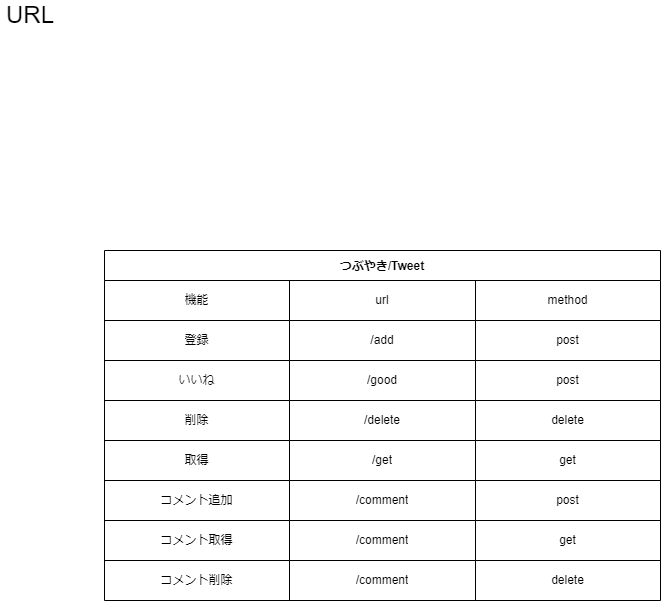
This is 設計/URL.drawio.png from junnichi-tajima/SNS_test, a draw.io export, as it was before one commit. Source tidied: cells renumbered, new cells last; positions are measured from the earlier drawing's top-left corner, leaving out a move shared by most shapes. Its diagram source:
```xml
<mxGraphModel>
  <root>
    <mxCell id="0" />
    <mxCell id="1" parent="0" />
    <mxCell id="2" value="つぶやき/Tweet" style="shape=table;startSize=30;fontStyle=1;align=center;" parent="1" vertex="1">
      <mxGeometry x="104" y="250" width="556" height="350" as="geometry" />
    </mxCell>
    <mxCell id="3" style="shape=partialRectangle;html=1;whiteSpace=wrap;fillColor=none;top=0;left=0;bottom=0;right=0;" parent="2" vertex="1">
      <mxGeometry y="30" width="556" height="40" as="geometry" />
    </mxCell>
    <mxCell id="4" value="機能" style="shape=partialRectangle;html=1;whiteSpace=wrap;fillColor=none;top=0;left=0;bottom=0;right=0;overflow=hidden;" parent="3" vertex="1">
      <mxGeometry width="185" height="40" as="geometry" />
    </mxCell>
    <mxCell id="5" value="url" style="shape=partialRectangle;html=1;whiteSpace=wrap;fillColor=none;top=0;left=0;bottom=0;right=0;overflow=hidden;" parent="3" vertex="1">
      <mxGeometry x="185" width="186" height="40" as="geometry" />
    </mxCell>
    <mxCell id="6" value="method" style="shape=partialRectangle;html=1;whiteSpace=wrap;fillColor=none;top=0;left=0;bottom=0;right=0;overflow=hidden;" parent="3" vertex="1">
      <mxGeometry x="371" width="185" height="40" as="geometry" />
    </mxCell>
    <mxCell id="7" style="shape=partialRectangle;html=1;whiteSpace=wrap;fillColor=none;top=0;left=0;bottom=0;right=0;" parent="2" vertex="1">
      <mxGeometry y="70" width="556" height="40" as="geometry" />
    </mxCell>
    <mxCell id="8" value="登録" style="shape=partialRectangle;html=1;whiteSpace=wrap;fillColor=none;top=0;left=0;bottom=0;right=0;overflow=hidden;" parent="7" vertex="1">
      <mxGeometry width="185" height="40" as="geometry" />
    </mxCell>
    <mxCell id="9" value="/add" style="shape=partialRectangle;html=1;whiteSpace=wrap;fillColor=none;top=0;left=0;bottom=0;right=0;overflow=hidden;" parent="7" vertex="1">
      <mxGeometry x="185" width="186" height="40" as="geometry" />
    </mxCell>
    <mxCell id="10" value="post" style="shape=partialRectangle;html=1;whiteSpace=wrap;fillColor=none;top=0;left=0;bottom=0;right=0;overflow=hidden;" parent="7" vertex="1">
      <mxGeometry x="371" width="185" height="40" as="geometry" />
    </mxCell>
    <mxCell id="11" style="shape=partialRectangle;html=1;whiteSpace=wrap;fillColor=none;top=0;left=0;bottom=0;right=0;" parent="2" vertex="1">
      <mxGeometry y="110" width="556" height="40" as="geometry" />
    </mxCell>
    <mxCell id="12" value="いいね" style="shape=partialRectangle;html=1;whiteSpace=wrap;fillColor=none;top=0;left=0;bottom=0;right=0;overflow=hidden;" parent="11" vertex="1">
      <mxGeometry width="185" height="40" as="geometry" />
    </mxCell>
    <mxCell id="13" value="/good" style="shape=partialRectangle;html=1;whiteSpace=wrap;fillColor=none;top=0;left=0;bottom=0;right=0;overflow=hidden;" parent="11" vertex="1">
      <mxGeometry x="185" width="186" height="40" as="geometry" />
    </mxCell>
    <mxCell id="14" value="post" style="shape=partialRectangle;html=1;whiteSpace=wrap;fillColor=none;top=0;left=0;bottom=0;right=0;overflow=hidden;" parent="11" vertex="1">
      <mxGeometry x="371" width="185" height="40" as="geometry" />
    </mxCell>
    <mxCell id="15" style="shape=partialRectangle;html=1;whiteSpace=wrap;fillColor=none;top=0;left=0;bottom=0;right=0;" parent="2" vertex="1">
      <mxGeometry y="150" width="556" height="40" as="geometry" />
    </mxCell>
    <mxCell id="16" value="削除" style="shape=partialRectangle;html=1;whiteSpace=wrap;fillColor=none;top=0;left=0;bottom=0;right=0;overflow=hidden;" parent="15" vertex="1">
      <mxGeometry width="185" height="40" as="geometry" />
    </mxCell>
    <mxCell id="17" value="/delete" style="shape=partialRectangle;html=1;whiteSpace=wrap;fillColor=none;top=0;left=0;bottom=0;right=0;overflow=hidden;" parent="15" vertex="1">
      <mxGeometry x="185" width="186" height="40" as="geometry" />
    </mxCell>
    <mxCell id="18" value="delete" style="shape=partialRectangle;html=1;whiteSpace=wrap;fillColor=none;top=0;left=0;bottom=0;right=0;overflow=hidden;" parent="15" vertex="1">
      <mxGeometry x="371" width="185" height="40" as="geometry" />
    </mxCell>
    <mxCell id="19" style="shape=partialRectangle;html=1;whiteSpace=wrap;fillColor=none;top=0;left=0;bottom=0;right=0;" parent="2" vertex="1">
      <mxGeometry y="190" width="556" height="40" as="geometry" />
    </mxCell>
    <mxCell id="20" value="取得" style="shape=partialRectangle;html=1;whiteSpace=wrap;fillColor=none;top=0;left=0;bottom=0;right=0;overflow=hidden;" parent="19" vertex="1">
      <mxGeometry width="185" height="40" as="geometry" />
    </mxCell>
    <mxCell id="21" value="/get" style="shape=partialRectangle;html=1;whiteSpace=wrap;fillColor=none;top=0;left=0;bottom=0;right=0;overflow=hidden;" parent="19" vertex="1">
      <mxGeometry x="185" width="186" height="40" as="geometry" />
    </mxCell>
    <mxCell id="22" value="get" style="shape=partialRectangle;html=1;whiteSpace=wrap;fillColor=none;top=0;left=0;bottom=0;right=0;overflow=hidden;" parent="19" vertex="1">
      <mxGeometry x="371" width="185" height="40" as="geometry" />
    </mxCell>
    <mxCell id="23" style="shape=partialRectangle;html=1;whiteSpace=wrap;fillColor=none;top=0;left=0;bottom=0;right=0;" parent="2" vertex="1">
      <mxGeometry y="230" width="556" height="40" as="geometry" />
    </mxCell>
    <mxCell id="24" value="コメント追加" style="shape=partialRectangle;html=1;whiteSpace=wrap;fillColor=none;top=0;left=0;bottom=0;right=0;overflow=hidden;" parent="23" vertex="1">
      <mxGeometry width="185" height="40" as="geometry" />
    </mxCell>
    <mxCell id="25" value="/comment" style="shape=partialRectangle;html=1;whiteSpace=wrap;fillColor=none;top=0;left=0;bottom=0;right=0;overflow=hidden;" parent="23" vertex="1">
      <mxGeometry x="185" width="186" height="40" as="geometry" />
    </mxCell>
    <mxCell id="26" value="post" style="shape=partialRectangle;html=1;whiteSpace=wrap;fillColor=none;top=0;left=0;bottom=0;right=0;overflow=hidden;" parent="23" vertex="1">
      <mxGeometry x="371" width="185" height="40" as="geometry" />
    </mxCell>
    <mxCell id="27" style="shape=partialRectangle;html=1;whiteSpace=wrap;fillColor=none;top=0;left=0;bottom=0;right=0;" parent="2" vertex="1">
      <mxGeometry y="270" width="556" height="40" as="geometry" />
    </mxCell>
    <mxCell id="28" value="コメント取得" style="shape=partialRectangle;html=1;whiteSpace=wrap;fillColor=none;top=0;left=0;bottom=0;right=0;overflow=hidden;" parent="27" vertex="1">
      <mxGeometry width="185" height="40" as="geometry" />
    </mxCell>
    <mxCell id="29" value="/comment" style="shape=partialRectangle;html=1;whiteSpace=wrap;fillColor=none;top=0;left=0;bottom=0;right=0;overflow=hidden;" parent="27" vertex="1">
      <mxGeometry x="185" width="186" height="40" as="geometry" />
    </mxCell>
    <mxCell id="30" value="get" style="shape=partialRectangle;html=1;whiteSpace=wrap;fillColor=none;top=0;left=0;bottom=0;right=0;overflow=hidden;" parent="27" vertex="1">
      <mxGeometry x="371" width="185" height="40" as="geometry" />
    </mxCell>
    <mxCell id="31" style="shape=partialRectangle;html=1;whiteSpace=wrap;fillColor=none;top=0;left=0;bottom=0;right=0;" parent="2" vertex="1">
      <mxGeometry y="310" width="556" height="40" as="geometry" />
    </mxCell>
    <mxCell id="32" value="コメント削除" style="shape=partialRectangle;html=1;whiteSpace=wrap;fillColor=none;top=0;left=0;bottom=0;right=0;overflow=hidden;" parent="31" vertex="1">
      <mxGeometry width="185" height="40" as="geometry" />
    </mxCell>
    <mxCell id="33" value="/comment" style="shape=partialRectangle;html=1;whiteSpace=wrap;fillColor=none;top=0;left=0;bottom=0;right=0;overflow=hidden;" parent="31" vertex="1">
      <mxGeometry x="185" width="186" height="40" as="geometry" />
    </mxCell>
    <mxCell id="34" value="delete" style="shape=partialRectangle;html=1;whiteSpace=wrap;fillColor=none;top=0;left=0;bottom=0;right=0;overflow=hidden;" parent="31" vertex="1">
      <mxGeometry x="371" width="185" height="40" as="geometry" />
    </mxCell>
    <mxCell id="35" value="URL" style="text;html=1;strokeColor=none;fillColor=none;align=center;verticalAlign=middle;whiteSpace=wrap;rounded=0;fontSize=24;" parent="1" vertex="1">
      <mxGeometry width="60" height="30" as="geometry" />
    </mxCell>
  </root>
</mxGraphModel>
```
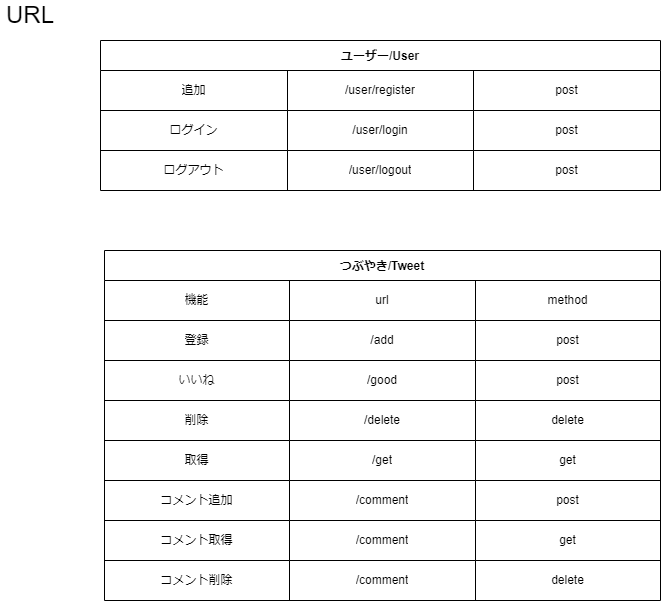
The same diagram one commit later.

Diff of the diagram source:
```diff
@@ -104,5 +104,44 @@
     <mxCell id="35" value="URL" style="text;html=1;strokeColor=none;fillColor=none;align=center;verticalAlign=middle;whiteSpace=wrap;rounded=0;fontSize=24;" parent="1" vertex="1">
       <mxGeometry width="60" height="30" as="geometry" />
     </mxCell>
+    <mxCell id="36" value="ユーザー/User" style="shape=table;startSize=30;fontStyle=1;align=center;" parent="1" vertex="1">
+      <mxGeometry x="100" y="40" width="560" height="150" as="geometry" />
+    </mxCell>
+    <mxCell id="37" style="shape=partialRectangle;html=1;whiteSpace=wrap;fillColor=none;top=0;left=0;bottom=0;right=0;" parent="36" vertex="1">
+      <mxGeometry y="30" width="560" height="40" as="geometry" />
+    </mxCell>
+    <mxCell id="38" value="追加" style="shape=partialRectangle;html=1;whiteSpace=wrap;fillColor=none;top=0;left=0;bottom=0;right=0;overflow=hidden;" parent="37" vertex="1">
+      <mxGeometry width="187" height="40" as="geometry" />
+    </mxCell>
+    <mxCell id="39" value="/user/register" style="shape=partialRectangle;html=1;whiteSpace=wrap;fillColor=none;top=0;left=0;bottom=0;right=0;overflow=hidden;" parent="37" vertex="1">
+      <mxGeometry x="187" width="186" height="40" as="geometry" />
+    </mxCell>
+    <mxCell id="40" value="post" style="shape=partialRectangle;html=1;whiteSpace=wrap;fillColor=none;top=0;left=0;bottom=0;right=0;overflow=hidden;" parent="37" vertex="1">
+      <mxGeometry x="373" width="187" height="40" as="geometry" />
+    </mxCell>
+    <mxCell id="41" style="shape=partialRectangle;html=1;whiteSpace=wrap;fillColor=none;top=0;left=0;bottom=0;right=0;" parent="36" vertex="1">
+      <mxGeometry y="70" width="560" height="40" as="geometry" />
+    </mxCell>
+    <mxCell id="42" value="ログイン" style="shape=partialRectangle;html=1;whiteSpace=wrap;fillColor=none;top=0;left=0;bottom=0;right=0;overflow=hidden;" parent="41" vertex="1">
+      <mxGeometry width="187" height="40" as="geometry" />
+    </mxCell>
+    <mxCell id="43" value="/user/login" style="shape=partialRectangle;html=1;whiteSpace=wrap;fillColor=none;top=0;left=0;bottom=0;right=0;overflow=hidden;" parent="41" vertex="1">
+      <mxGeometry x="187" width="186" height="40" as="geometry" />
+    </mxCell>
+    <mxCell id="44" value="post" style="shape=partialRectangle;html=1;whiteSpace=wrap;fillColor=none;top=0;left=0;bottom=0;right=0;overflow=hidden;" parent="41" vertex="1">
+      <mxGeometry x="373" width="187" height="40" as="geometry" />
+    </mxCell>
+    <mxCell id="45" style="shape=partialRectangle;html=1;whiteSpace=wrap;fillColor=none;top=0;left=0;bottom=0;right=0;" parent="36" vertex="1">
+      <mxGeometry y="110" width="560" height="40" as="geometry" />
+    </mxCell>
+    <mxCell id="46" value="ログアウト" style="shape=partialRectangle;html=1;whiteSpace=wrap;fillColor=none;top=0;left=0;bottom=0;right=0;overflow=hidden;" parent="45" vertex="1">
+      <mxGeometry width="187" height="40" as="geometry" />
+    </mxCell>
+    <mxCell id="47" value="/user/logout" style="shape=partialRectangle;html=1;whiteSpace=wrap;fillColor=none;top=0;left=0;bottom=0;right=0;overflow=hidden;" parent="45" vertex="1">
+      <mxGeometry x="187" width="186" height="40" as="geometry" />
+    </mxCell>
+    <mxCell id="48" value="post" style="shape=partialRectangle;html=1;whiteSpace=wrap;fillColor=none;top=0;left=0;bottom=0;right=0;overflow=hidden;" parent="45" vertex="1">
+      <mxGeometry x="373" width="187" height="40" as="geometry" />
+    </mxCell>
   </root>
 </mxGraphModel>
```
